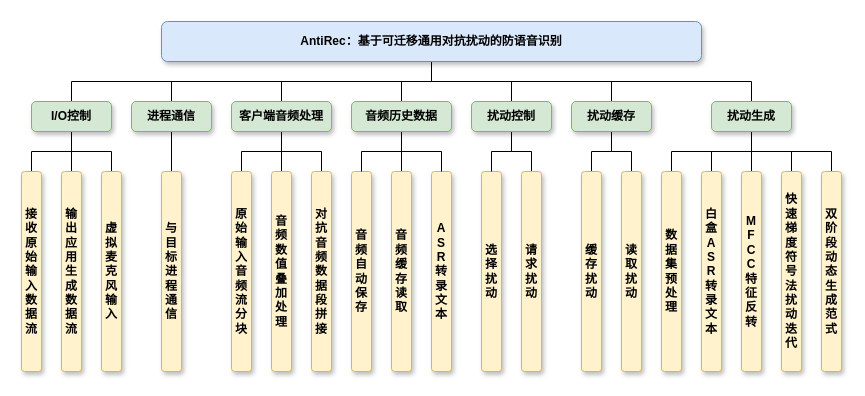
Before: 信安作品赛-系统功能模块.drawio in Momoyeyu/Draw.io-Repo, a draw.io diagram. Source tidied: cells renumbered, new cells numbered last; positions are measured from the earlier drawing's top-left corner, leaving out a move shared by most shapes. Both pictures are drawn from the tidied source at 100%, with x=0, y=0 at pixel (21, 21).
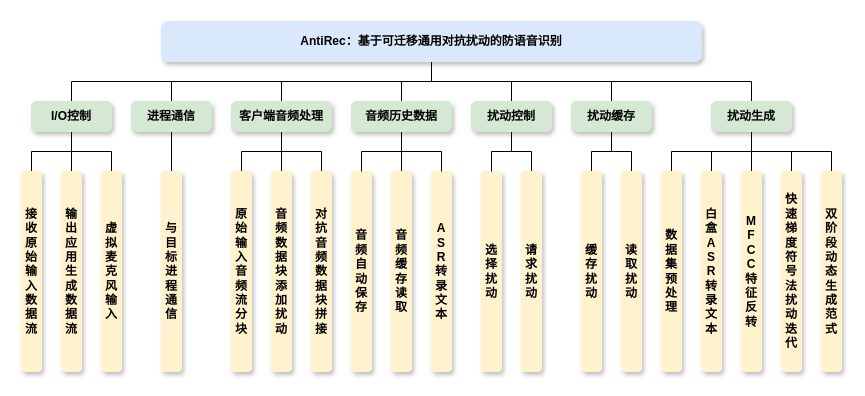
Above is the later version.

Commit message:
更新信安作品赛-系统功能模块.drawio

Change to the diagram source:
```diff
@@
-    <mxCell id="9" value="AntiRec：基于可迁移通用对抗扰动的防语音识别" style="rounded=1;whiteSpace=wrap;html=1;fillColor=#dae8fc;strokeColor=#6c8ebf;shadow=1;fontStyle=1;" parent="1" vertex="1">
+    <mxCell id="9" value="AntiRec：基于可迁移通用对抗扰动的防语音识别" style="rounded=1;whiteSpace=wrap;html=1;fillColor=#DAE8FC;strokeColor=#DAE8FC;shadow=1;fontStyle=1;" parent="1" vertex="1">
       <mxGeometry x="140" width="540" height="40" as="geometry" />
     </mxCell>
@@
-    <mxCell id="13" value="I/O控制" style="rounded=1;whiteSpace=wrap;html=1;fillColor=#d5e8d4;strokeColor=#82b366;fontStyle=1;shadow=1;" parent="1" vertex="1">
+    <mxCell id="13" value="I/O控制" style="rounded=1;whiteSpace=wrap;html=1;fillColor=#D5E8D4;strokeColor=#D5E8D4;fontStyle=1;shadow=1;" parent="1" vertex="1">
       <mxGeometry x="10" y="80" width="80" height="30" as="geometry" />
     </mxCell>
@@
-    <mxCell id="15" value="进程通信" style="rounded=1;whiteSpace=wrap;html=1;fillColor=#d5e8d4;strokeColor=#82b366;fontStyle=1;shadow=1;" parent="1" vertex="1">
+    <mxCell id="15" value="进程通信" style="rounded=1;whiteSpace=wrap;html=1;fillColor=#D5E8D4;strokeColor=#D5E8D4;fontStyle=1;shadow=1;" parent="1" vertex="1">
       <mxGeometry x="110" y="80" width="80" height="30" as="geometry" />
     </mxCell>
-    <mxCell id="16" value="接收原始输入数据流" style="rounded=1;whiteSpace=wrap;html=1;fillColor=#fff2cc;strokeColor=#d6b656;fontStyle=1;shadow=1;" parent="1" vertex="1">
+    <mxCell id="16" value="接收原始输入数据流" style="rounded=1;whiteSpace=wrap;html=1;fillColor=#FFF2CC;strokeColor=#FFF2CC;fontStyle=1;shadow=1;" parent="1" vertex="1">
       <mxGeometry y="150" width="20" height="200" as="geometry" />
     </mxCell>
-    <mxCell id="17" value="虚拟麦克风输入" style="rounded=1;whiteSpace=wrap;html=1;fillColor=#fff2cc;strokeColor=#d6b656;fontStyle=1;shadow=1;" parent="1" vertex="1">
+    <mxCell id="17" value="虚拟麦克风输入" style="rounded=1;whiteSpace=wrap;html=1;fillColor=#FFF2CC;strokeColor=#FFF2CC;fontStyle=1;shadow=1;" parent="1" vertex="1">
       <mxGeometry x="80" y="150" width="20" height="200" as="geometry" />
     </mxCell>
-    <mxCell id="18" value="输出应用生成数据流" style="rounded=1;whiteSpace=wrap;html=1;fillColor=#fff2cc;strokeColor=#d6b656;fontStyle=1;shadow=1;" parent="1" vertex="1">
+    <mxCell id="18" value="输出应用生成数据流" style="rounded=1;whiteSpace=wrap;html=1;fillColor=#FFF2CC;strokeColor=#FFF2CC;fontStyle=1;shadow=1;" parent="1" vertex="1">
       <mxGeometry x="40" y="150" width="20" height="200" as="geometry" />
     </mxCell>
-    <mxCell id="19" value="与目标进程通信" style="rounded=1;whiteSpace=wrap;html=1;fillColor=#fff2cc;strokeColor=#d6b656;fontStyle=1;shadow=1;" parent="1" vertex="1">
+    <mxCell id="19" value="与目标进程通信" style="rounded=1;whiteSpace=wrap;html=1;fillColor=#FFF2CC;strokeColor=#FFF2CC;fontStyle=1;shadow=1;" parent="1" vertex="1">
       <mxGeometry x="140" y="150" width="20" height="200" as="geometry" />
     </mxCell>
@@
-    <mxCell id="23" value="客户端音频处理" style="rounded=1;whiteSpace=wrap;html=1;fillColor=#d5e8d4;strokeColor=#82b366;fontStyle=1;shadow=1;" parent="1" vertex="1">
+    <mxCell id="23" value="客户端音频处理" style="rounded=1;whiteSpace=wrap;html=1;fillColor=#D5E8D4;strokeColor=#D5E8D4;fontStyle=1;shadow=1;" parent="1" vertex="1">
       <mxGeometry x="210" y="80" width="100" height="30" as="geometry" />
     </mxCell>
-    <mxCell id="24" value="原始输入音频流分块" style="rounded=1;whiteSpace=wrap;html=1;fillColor=#fff2cc;strokeColor=#d6b656;fontStyle=1;shadow=1;" parent="1" vertex="1">
+    <mxCell id="24" value="原始输入音频流分块" style="rounded=1;whiteSpace=wrap;html=1;fillColor=#FFF2CC;strokeColor=#FFF2CC;fontStyle=1;shadow=1;" parent="1" vertex="1">
       <mxGeometry x="210" y="150" width="20" height="200" as="geometry" />
     </mxCell>
-    <mxCell id="25" value="对抗音频数据段拼接" style="rounded=1;whiteSpace=wrap;html=1;fillColor=#fff2cc;strokeColor=#d6b656;fontStyle=1;shadow=1;" parent="1" vertex="1">
+    <mxCell id="25" value="对抗音频数据块拼接" style="rounded=1;whiteSpace=wrap;html=1;fillColor=#FFF2CC;strokeColor=#FFF2CC;fontStyle=1;shadow=1;" parent="1" vertex="1">
       <mxGeometry x="290" y="150" width="20" height="200" as="geometry" />
     </mxCell>
-    <mxCell id="26" value="音频数值叠加处理" style="rounded=1;whiteSpace=wrap;html=1;fillColor=#fff2cc;strokeColor=#d6b656;fontStyle=1;shadow=1;" parent="1" vertex="1">
+    <mxCell id="26" value="音频数据块添加扰动" style="rounded=1;whiteSpace=wrap;html=1;fillColor=#FFF2CC;strokeColor=#FFF2CC;fontStyle=1;shadow=1;" parent="1" vertex="1">
       <mxGeometry x="250" y="150" width="20" height="200" as="geometry" />
     </mxCell>
-    <mxCell id="27" value="选择扰动" style="rounded=1;whiteSpace=wrap;html=1;fillColor=#fff2cc;strokeColor=#d6b656;fontStyle=1;shadow=1;" parent="1" vertex="1">
+    <mxCell id="27" value="选择扰动" style="rounded=1;whiteSpace=wrap;html=1;fillColor=#FFF2CC;strokeColor=#FFF2CC;fontStyle=1;shadow=1;" parent="1" vertex="1">
       <mxGeometry x="460" y="150" width="20" height="200" as="geometry" />
     </mxCell>
@@
-    <mxCell id="30" value="扰动控制" style="rounded=1;whiteSpace=wrap;html=1;fillColor=#d5e8d4;strokeColor=#82b366;fontStyle=1;shadow=1;" parent="1" vertex="1">
+    <mxCell id="30" value="扰动控制" style="rounded=1;whiteSpace=wrap;html=1;fillColor=#D5E8D4;strokeColor=#D5E8D4;fontStyle=1;shadow=1;" parent="1" vertex="1">
       <mxGeometry x="450" y="80" width="80" height="30" as="geometry" />
     </mxCell>
@@
-    <mxCell id="33" value="扰动缓存" style="rounded=1;whiteSpace=wrap;html=1;fillColor=#d5e8d4;strokeColor=#82b366;fontStyle=1;shadow=1;" parent="1" vertex="1">
+    <mxCell id="33" value="扰动缓存" style="rounded=1;whiteSpace=wrap;html=1;fillColor=#D5E8D4;strokeColor=#D5E8D4;fontStyle=1;shadow=1;" parent="1" vertex="1">
       <mxGeometry x="550" y="80" width="80" height="30" as="geometry" />
     </mxCell>
-    <mxCell id="34" value="缓存扰动" style="rounded=1;whiteSpace=wrap;html=1;fillColor=#fff2cc;strokeColor=#d6b656;fontStyle=1;shadow=1;" parent="1" vertex="1">
+    <mxCell id="34" value="缓存扰动" style="rounded=1;whiteSpace=wrap;html=1;fillColor=#FFF2CC;strokeColor=#FFF2CC;fontStyle=1;shadow=1;" parent="1" vertex="1">
       <mxGeometry x="560" y="150" width="20" height="200" as="geometry" />
     </mxCell>
-    <mxCell id="35" value="读取扰动" style="rounded=1;whiteSpace=wrap;html=1;fillColor=#fff2cc;strokeColor=#d6b656;fontStyle=1;shadow=1;" parent="1" vertex="1">
+    <mxCell id="35" value="读取扰动" style="rounded=1;whiteSpace=wrap;html=1;fillColor=#FFF2CC;strokeColor=#FFF2CC;fontStyle=1;shadow=1;" parent="1" vertex="1">
       <mxGeometry x="600" y="150" width="20" height="200" as="geometry" />
     </mxCell>
-    <mxCell id="36" value="请求扰动" style="rounded=1;whiteSpace=wrap;html=1;fillColor=#fff2cc;strokeColor=#d6b656;fontStyle=1;shadow=1;" parent="1" vertex="1">
+    <mxCell id="36" value="请求扰动" style="rounded=1;whiteSpace=wrap;html=1;fillColor=#FFF2CC;strokeColor=#FFF2CC;fontStyle=1;shadow=1;" parent="1" vertex="1">
       <mxGeometry x="500" y="150" width="20" height="200" as="geometry" />
     </mxCell>
@@
-    <mxCell id="42" value="扰动生成" style="rounded=1;whiteSpace=wrap;html=1;fillColor=#d5e8d4;strokeColor=#82b366;fontStyle=1;shadow=1;" parent="1" vertex="1">
+    <mxCell id="42" value="扰动生成" style="rounded=1;whiteSpace=wrap;html=1;fillColor=#D5E8D4;strokeColor=#D5E8D4;fontStyle=1;shadow=1;" parent="1" vertex="1">
       <mxGeometry x="690" y="80" width="80" height="30" as="geometry" />
     </mxCell>
-    <mxCell id="43" value="数据集预处理" style="rounded=1;whiteSpace=wrap;html=1;fillColor=#fff2cc;strokeColor=#d6b656;fontStyle=1;shadow=1;" parent="1" vertex="1">
+    <mxCell id="43" value="数据集预处理" style="rounded=1;whiteSpace=wrap;html=1;fillColor=#FFF2CC;strokeColor=#FFF2CC;fontStyle=1;shadow=1;" parent="1" vertex="1">
       <mxGeometry x="640" y="150" width="20" height="200" as="geometry" />
     </mxCell>
-    <mxCell id="44" value="快速梯度符号法扰动迭代" style="rounded=1;whiteSpace=wrap;html=1;fillColor=#fff2cc;strokeColor=#d6b656;fontStyle=1;shadow=1;" parent="1" vertex="1">
+    <mxCell id="44" value="快速梯度符号法扰动迭代" style="rounded=1;whiteSpace=wrap;html=1;fillColor=#FFF2CC;strokeColor=#FFF2CC;fontStyle=1;shadow=1;" parent="1" vertex="1">
       <mxGeometry x="760" y="150" width="20" height="200" as="geometry" />
     </mxCell>
-    <mxCell id="45" value="M&lt;br&gt;F&lt;br&gt;C&lt;br&gt;C特征反转" style="rounded=1;whiteSpace=wrap;html=1;fillColor=#fff2cc;strokeColor=#d6b656;fontStyle=1;shadow=1;" parent="1" vertex="1">
+    <mxCell id="45" value="M&lt;br&gt;F&lt;br&gt;C&lt;br&gt;C特征反转" style="rounded=1;whiteSpace=wrap;html=1;fillColor=#FFF2CC;strokeColor=#FFF2CC;fontStyle=1;shadow=1;" parent="1" vertex="1">
       <mxGeometry x="720" y="150" width="20" height="200" as="geometry" />
     </mxCell>
-    <mxCell id="46" value="白盒A&lt;br&gt;S&lt;br&gt;R转录文本" style="rounded=1;whiteSpace=wrap;html=1;fillColor=#fff2cc;strokeColor=#d6b656;fontStyle=1;shadow=1;" parent="1" vertex="1">
+    <mxCell id="46" value="白盒A&lt;br&gt;S&lt;br&gt;R转录文本" style="rounded=1;whiteSpace=wrap;html=1;fillColor=#FFF2CC;strokeColor=#FFF2CC;fontStyle=1;shadow=1;" parent="1" vertex="1">
       <mxGeometry x="680" y="150" width="20" height="200" as="geometry" />
     </mxCell>
-    <mxCell id="47" value="双阶段动态生成范式" style="rounded=1;whiteSpace=wrap;html=1;fillColor=#fff2cc;strokeColor=#d6b656;fontStyle=1;shadow=1;" parent="1" vertex="1">
+    <mxCell id="47" value="双阶段动态生成范式" style="rounded=1;whiteSpace=wrap;html=1;fillColor=#FFF2CC;strokeColor=#FFF2CC;fontStyle=1;shadow=1;" parent="1" vertex="1">
       <mxGeometry x="800" y="150" width="20" height="200" as="geometry" />
     </mxCell>
-    <mxCell id="48" value="A&lt;div&gt;S&lt;/div&gt;&lt;div&gt;R&lt;/div&gt;&lt;div&gt;转录文本&lt;/div&gt;" style="rounded=1;whiteSpace=wrap;html=1;fillColor=#fff2cc;strokeColor=#d6b656;fontStyle=1;shadow=1;" parent="1" vertex="1">
+    <mxCell id="48" value="A&lt;div&gt;S&lt;/div&gt;&lt;div&gt;R&lt;/div&gt;&lt;div&gt;转录文本&lt;/div&gt;" style="rounded=1;whiteSpace=wrap;html=1;fillColor=#FFF2CC;strokeColor=#FFF2CC;fontStyle=1;shadow=1;" parent="1" vertex="1">
       <mxGeometry x="410" y="150" width="20" height="200" as="geometry" />
     </mxCell>
-    <mxCell id="49" value="音频自动保存" style="rounded=1;whiteSpace=wrap;html=1;fillColor=#fff2cc;strokeColor=#d6b656;fontStyle=1;shadow=1;" parent="1" vertex="1">
+    <mxCell id="49" value="音频自动保存" style="rounded=1;whiteSpace=wrap;html=1;fillColor=#FFF2CC;strokeColor=#FFF2CC;fontStyle=1;shadow=1;" parent="1" vertex="1">
       <mxGeometry x="330" y="150" width="20" height="200" as="geometry" />
     </mxCell>
@@
-    <mxCell id="53" value="音频历史数据" style="rounded=1;whiteSpace=wrap;html=1;fillColor=#d5e8d4;strokeColor=#82b366;fontStyle=1;shadow=1;" parent="1" vertex="1">
+    <mxCell id="53" value="音频历史数据" style="rounded=1;whiteSpace=wrap;html=1;fillColor=#D5E8D4;strokeColor=#D5E8D4;fontStyle=1;shadow=1;" parent="1" vertex="1">
       <mxGeometry x="330" y="80" width="100" height="30" as="geometry" />
     </mxCell>
-    <mxCell id="54" value="音频缓存读取" style="rounded=1;whiteSpace=wrap;html=1;fillColor=#fff2cc;strokeColor=#d6b656;fontStyle=1;shadow=1;" parent="1" vertex="1">
+    <mxCell id="54" value="音频缓存读取" style="rounded=1;whiteSpace=wrap;html=1;fillColor=#FFF2CC;strokeColor=#FFF2CC;fontStyle=1;shadow=1;" parent="1" vertex="1">
       <mxGeometry x="370" y="150" width="20" height="200" as="geometry" />
     </mxCell>
```
